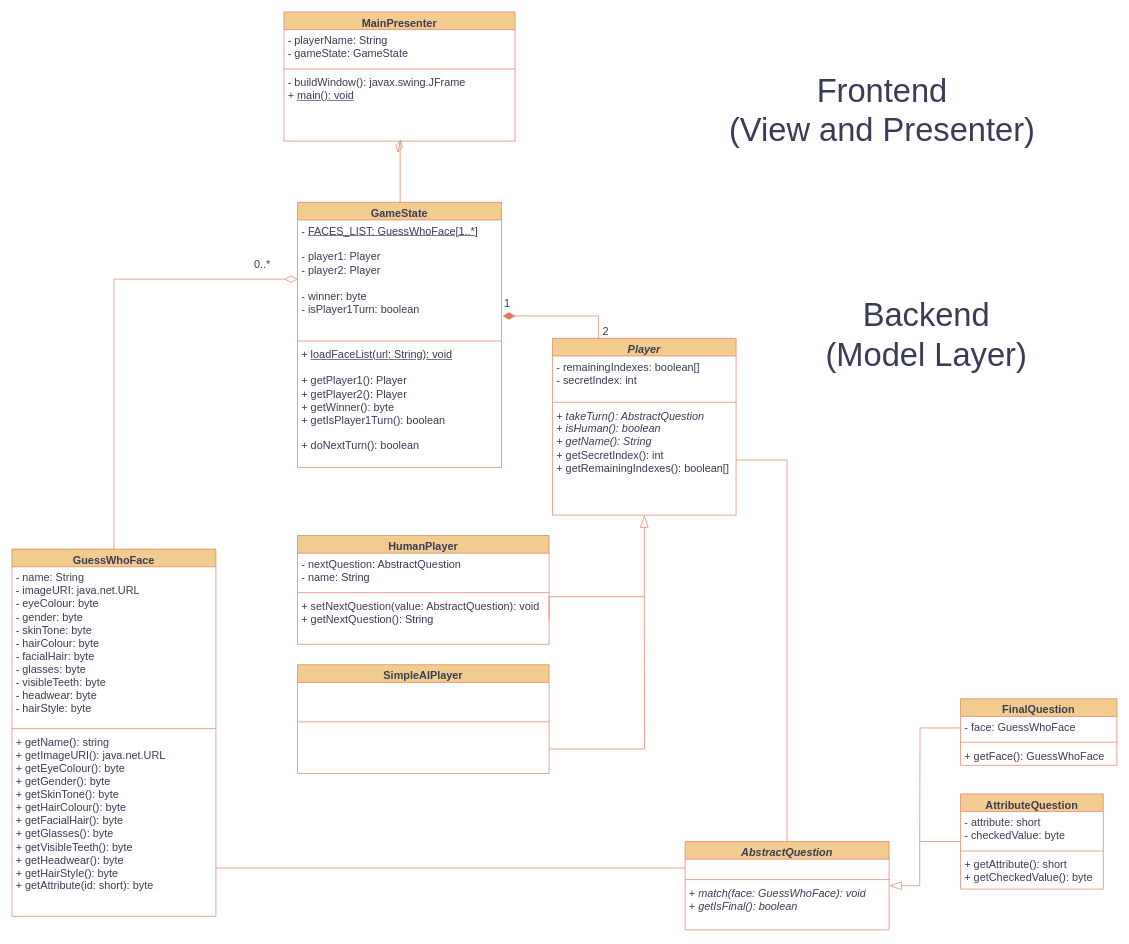
This is uml-diagram.drawio from jgcodes2020/GSEGuessWho, a draw.io file, before an edit. Source tidied: cells renumbered, new cells numbered last; positions are measured from the earlier drawing's top-left corner, leaving out a move shared by most shapes. Both pictures are drawn from the tidied source at 68%, with x=0, y=0 at pixel (12, 12).
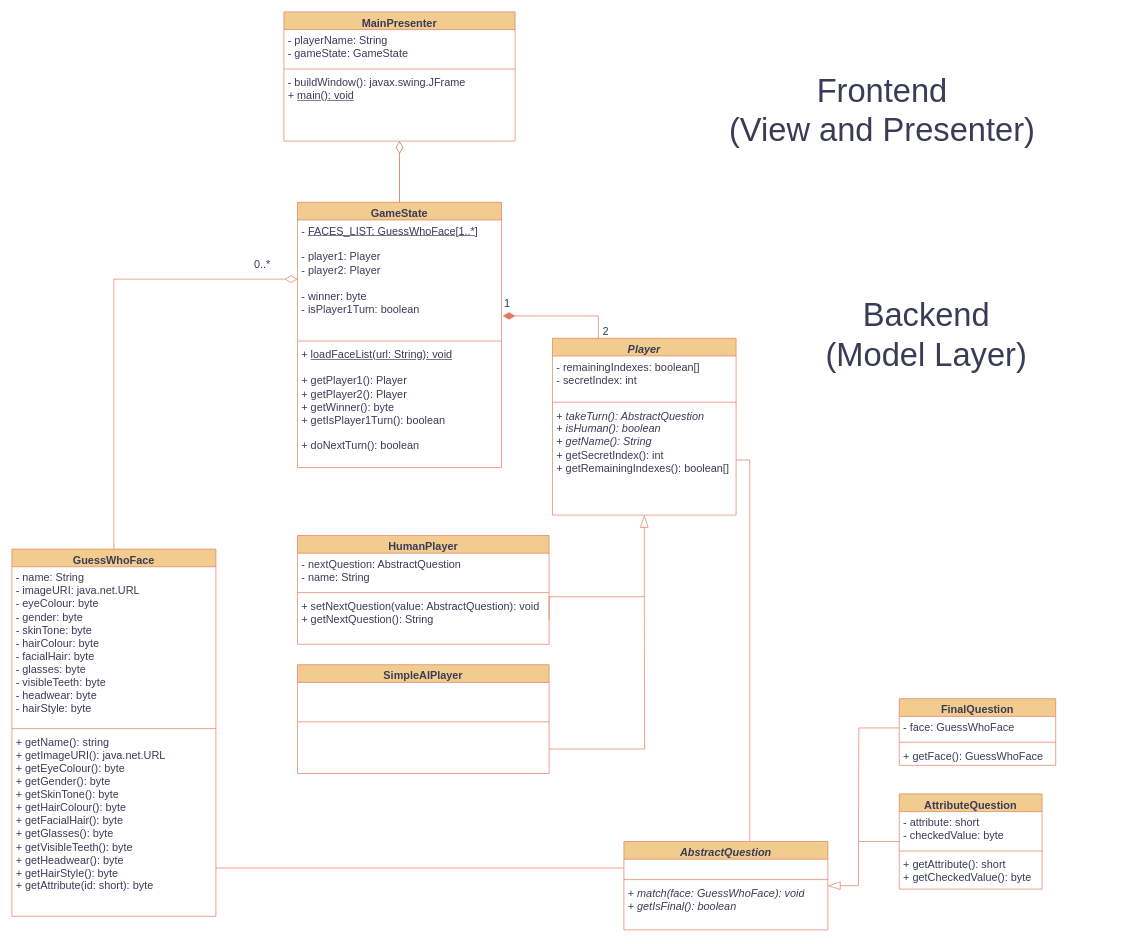
The same page after the edit.

Commit message:
Shrink diagram slightly

Unchanged cells that the change refers to:
```xml
<mxCell id="11" value="&lt;div style=&quot;font-size: 16px;&quot;&gt;+ &lt;i style=&quot;font-size: 16px;&quot;&gt;takeTurn(): AbstractQuestion&lt;br style=&quot;font-size: 16px;&quot;&gt;&lt;/i&gt;&lt;/div&gt;&lt;div style=&quot;font-size: 16px;&quot;&gt;+ &lt;i style=&quot;font-size: 16px;&quot;&gt;isHuman(): boolean&lt;/i&gt;&lt;br style=&quot;font-size: 16px;&quot;&gt;&lt;/div&gt;&lt;div style=&quot;font-size: 16px;&quot;&gt;&lt;span style=&quot;font-size: 16px;&quot;&gt;+ &lt;i&gt;getName(): String&lt;/i&gt;&lt;/span&gt;&lt;/div&gt;&lt;div style=&quot;font-size: 16px;&quot;&gt;+ getSecretIndex(): int&lt;br style=&quot;font-size: 16px;&quot;&gt;&lt;/div&gt;&lt;div style=&quot;font-size: 16px;&quot;&gt;+ getRemainingIndexes(): boolean[]&lt;/div&gt;" style="text;strokeColor=none;fillColor=none;align=left;verticalAlign=top;spacingLeft=4;spacingRight=4;overflow=hidden;points=[[0,0.5],[1,0.5]];portConstraint=eastwest;whiteSpace=wrap;html=1;fontSize=16;labelBackgroundColor=none;fontColor=#393C56;" parent="8" vertex="1">
  <mxGeometry y="98" width="270" height="162" as="geometry" />
</mxCell>
<mxCell id="12" value="GameState" style="swimlane;fontStyle=1;align=center;verticalAlign=top;horizontal=1;startSize=26;whiteSpace=wrap;html=1;fontSize=16;labelBackgroundColor=none;fillColor=#F2CC8F;strokeColor=#E07A5F;fontColor=#393C56;" parent="1" vertex="1">
  <mxGeometry x="420" y="280" width="300" height="390" as="geometry" />
</mxCell>
<mxCell id="37" value="- buildWindow(): javax.swing.JFrame&lt;br&gt;+ &lt;u&gt;main(): void&lt;/u&gt;" style="text;strokeColor=none;fillColor=none;align=left;verticalAlign=top;spacingLeft=4;spacingRight=4;overflow=hidden;points=[[0,0.5],[1,0.5]];portConstraint=eastwest;whiteSpace=wrap;html=1;fontSize=16;fontColor=#393C56;" parent="34" vertex="1">
  <mxGeometry y="88" width="340" height="102" as="geometry" />
</mxCell>
```

The edit, as a diff of the source:
```diff
@@
     <mxCell id="19" value="FinalQuestion" style="swimlane;fontStyle=1;align=center;verticalAlign=top;horizontal=1;startSize=26;whiteSpace=wrap;html=1;fontSize=16;labelBackgroundColor=none;fillColor=#F2CC8F;strokeColor=#E07A5F;fontColor=#393C56;" parent="1" vertex="1">
-      <mxGeometry x="1395" y="1010" width="230" height="98" as="geometry" />
+      <mxGeometry x="1305" y="1010" width="230" height="98" as="geometry" />
     </mxCell>
@@
     <mxCell id="24" style="edgeStyle=orthogonalEdgeStyle;rounded=0;jettySize=auto;html=1;exitX=0;exitY=0.5;exitDx=0;exitDy=0;entryX=1;entryY=0.5;entryDx=0;entryDy=0;strokeColor=#E07A5F;fontSize=12;fontColor=#393C56;startSize=8;endSize=16;fillColor=#F2CC8F;endArrow=blockThin;endFill=0;" parent="1" edge="1" source="25" target="29">
       <mxGeometry relative="1" as="geometry">
         <Array as="points">
-          <mxPoint x="1335" y="1220" />
-          <mxPoint x="1335" y="1285" />
+          <mxPoint x="1245" y="1220" />
+          <mxPoint x="1245" y="1285" />
         </Array>
       </mxGeometry>
     </mxCell>
     <mxCell id="25" value="AttributeQuestion" style="swimlane;fontStyle=1;align=center;verticalAlign=top;horizontal=1;startSize=26;whiteSpace=wrap;html=1;fontSize=16;labelBackgroundColor=none;fillColor=#F2CC8F;strokeColor=#E07A5F;fontColor=#393C56;" parent="1" vertex="1">
-      <mxGeometry x="1395" y="1150" width="210" height="140" as="geometry" />
+      <mxGeometry x="1305" y="1150" width="210" height="140" as="geometry" />
     </mxCell>
@@
     <mxCell id="29" value="&lt;i&gt;AbstractQuestion&lt;/i&gt;" style="swimlane;fontStyle=1;align=center;verticalAlign=top;horizontal=1;startSize=26;whiteSpace=wrap;html=1;strokeColor=#E07A5F;fontSize=16;fontColor=#393C56;fillColor=#F2CC8F;" parent="1" vertex="1">
-      <mxGeometry x="990" y="1220" width="300" height="130" as="geometry" />
+      <mxGeometry x="900" y="1220" width="300" height="130" as="geometry" />
     </mxCell>
@@
-    <mxCell id="43" style="edgeStyle=orthogonalEdgeStyle;rounded=0;jettySize=auto;html=1;exitX=1;exitY=0.5;exitDx=0;exitDy=0;entryX=0.5;entryY=0;entryDx=0;entryDy=0;strokeColor=#E07A5F;fontSize=12;fontColor=#393C56;startSize=8;endSize=8;fillColor=#F2CC8F;endArrow=none;endFill=0;" parent="1" edge="1" source="11" target="29">
-      <mxGeometry relative="1" as="geometry" />
+    <mxCell id="43" style="edgeStyle=orthogonalEdgeStyle;rounded=0;jettySize=auto;html=1;exitX=1;exitY=0.5;exitDx=0;exitDy=0;strokeColor=#E07A5F;fontSize=12;fontColor=#393C56;startSize=8;endSize=8;fillColor=#F2CC8F;endArrow=none;endFill=0;entryX=0.617;entryY=-0.005;entryDx=0;entryDy=0;entryPerimeter=0;" parent="1" edge="1" source="11" target="29">
+      <mxGeometry relative="1" as="geometry">
+        <Array as="points">
+          <mxPoint x="1085" y="659" />
+        </Array>
+      </mxGeometry>
     </mxCell>
@@
-    <mxCell id="45" style="edgeStyle=orthogonalEdgeStyle;rounded=0;jettySize=auto;html=1;exitX=0.5;exitY=0;exitDx=0;exitDy=0;strokeColor=#E07A5F;fontSize=12;fontColor=#393C56;startSize=8;endSize=16;fillColor=#F2CC8F;endArrow=diamondThin;endFill=0;entryX=0.504;entryY=0.982;entryDx=0;entryDy=0;entryPerimeter=0;" parent="1" edge="1" source="12" target="37">
-      <mxGeometry relative="1" as="geometry">
-        <Array as="points">
-          <mxPoint x="571" y="280" />
-          <mxPoint x="571" y="190" />
-          <mxPoint x="571" y="190" />
-        </Array>
-      </mxGeometry>
-    </mxCell>
@@
+    <mxCell id="45" style="edgeStyle=orthogonalEdgeStyle;rounded=0;jettySize=auto;html=1;exitX=0.5;exitY=0;exitDx=0;exitDy=0;entryX=0.5;entryY=1;entryDx=0;entryDy=0;entryPerimeter=0;endArrow=diamondThin;endFill=0;strokeColor=#ba624b;endSize=16;" parent="1" edge="1" source="12" target="37">
+      <mxGeometry relative="1" as="geometry" />
+    </mxCell>
```
